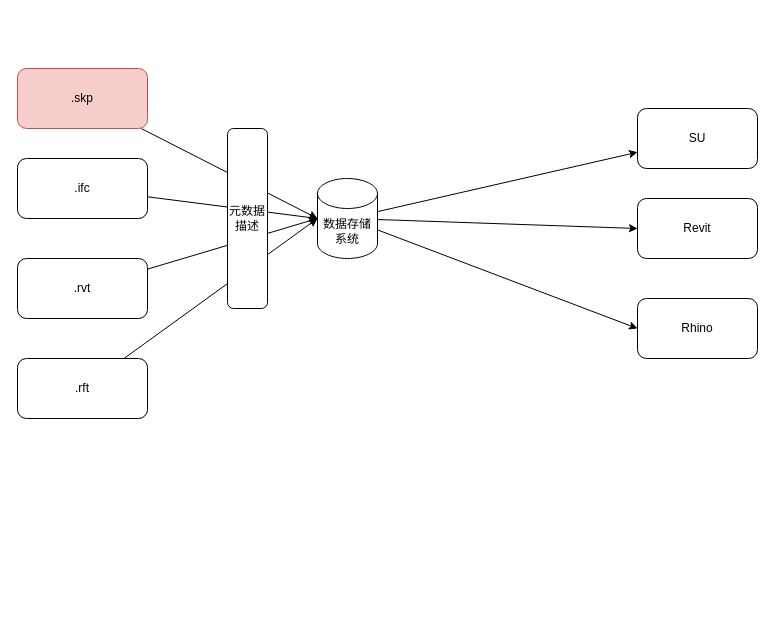
The draw.io diagram 建筑信息构件库.drawio in gaochaowyq/MinderGraph, before the edit. Source tidied: cells renumbered, new cells numbered last; positions are measured from the earlier drawing's top-left corner, leaving out a move shared by most shapes. Both pictures are drawn from the tidied source at 100%, with x=0, y=0 at pixel (17, 68).
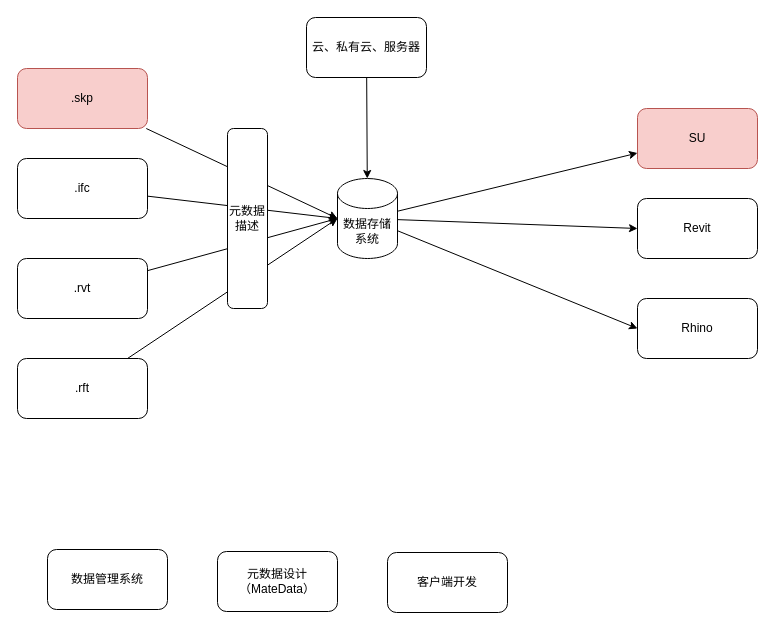
The same page after the edit.

Commit message:
Update 建筑信息构件库.drawio

Change to the diagram source:
```diff
@@
     <mxCell id="5" value="数据存储系统" style="shape=cylinder3;whiteSpace=wrap;html=1;boundedLbl=1;backgroundOutline=1;size=15;" parent="1" vertex="1">
-      <mxGeometry x="300" y="110" width="60" height="80" as="geometry" />
+      <mxGeometry x="320" y="110" width="60" height="80" as="geometry" />
     </mxCell>
@@
-    <mxCell id="12" value="SU" style="rounded=1;whiteSpace=wrap;html=1;" parent="1" vertex="1">
+    <mxCell id="12" value="SU" style="rounded=1;whiteSpace=wrap;html=1;fillColor=#f8cecc;strokeColor=#b85450;" parent="1" vertex="1">
       <mxGeometry x="620" y="40" width="120" height="60" as="geometry" />
     </mxCell>
@@
+    <mxCell id="18" style="edgeStyle=none;rounded=0;jettySize=auto;html=1;" parent="1" edge="1" source="19" target="5">
+      <mxGeometry relative="1" as="geometry" />
+    </mxCell>
+    <mxCell id="19" value="云、私有云、服务器" style="rounded=1;whiteSpace=wrap;html=1;" parent="1" vertex="1">
+      <mxGeometry x="289" y="-51" width="120" height="60" as="geometry" />
+    </mxCell>
+    <mxCell id="20" value="数据管理系统" style="rounded=1;whiteSpace=wrap;html=1;" parent="1" vertex="1">
+      <mxGeometry x="30" y="481" width="120" height="60" as="geometry" />
+    </mxCell>
+    <mxCell id="21" value="元数据设计（MateData）" style="rounded=1;whiteSpace=wrap;html=1;" parent="1" vertex="1">
+      <mxGeometry x="200" y="483" width="120" height="60" as="geometry" />
+    </mxCell>
+    <mxCell id="22" value="客户端开发" style="rounded=1;whiteSpace=wrap;html=1;" parent="1" vertex="1">
+      <mxGeometry x="370" y="484" width="120" height="60" as="geometry" />
+    </mxCell>
```
